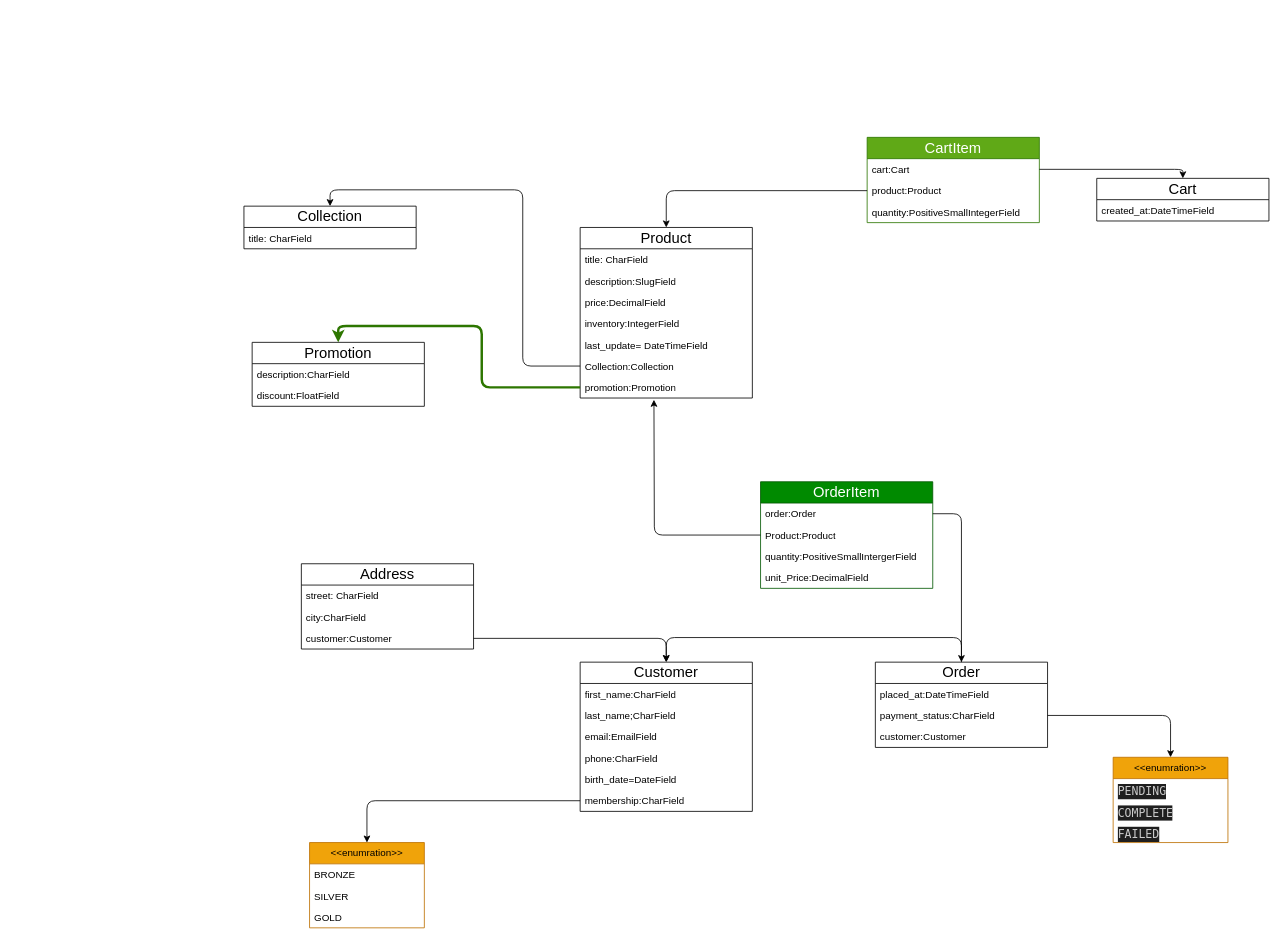
Elmorsi5/storefront1 keeps this draw.io diagram as page "store" (1 of 3) of storefront.drawio. Above is the earlier version. Source tidied: cells renumbered, new cells numbered last; positions are measured from the earlier drawing's top-left corner, leaving out a move shared by most shapes. Both pictures are drawn from the tidied source at 82%, with x=0, y=0 at pixel (244, 137).
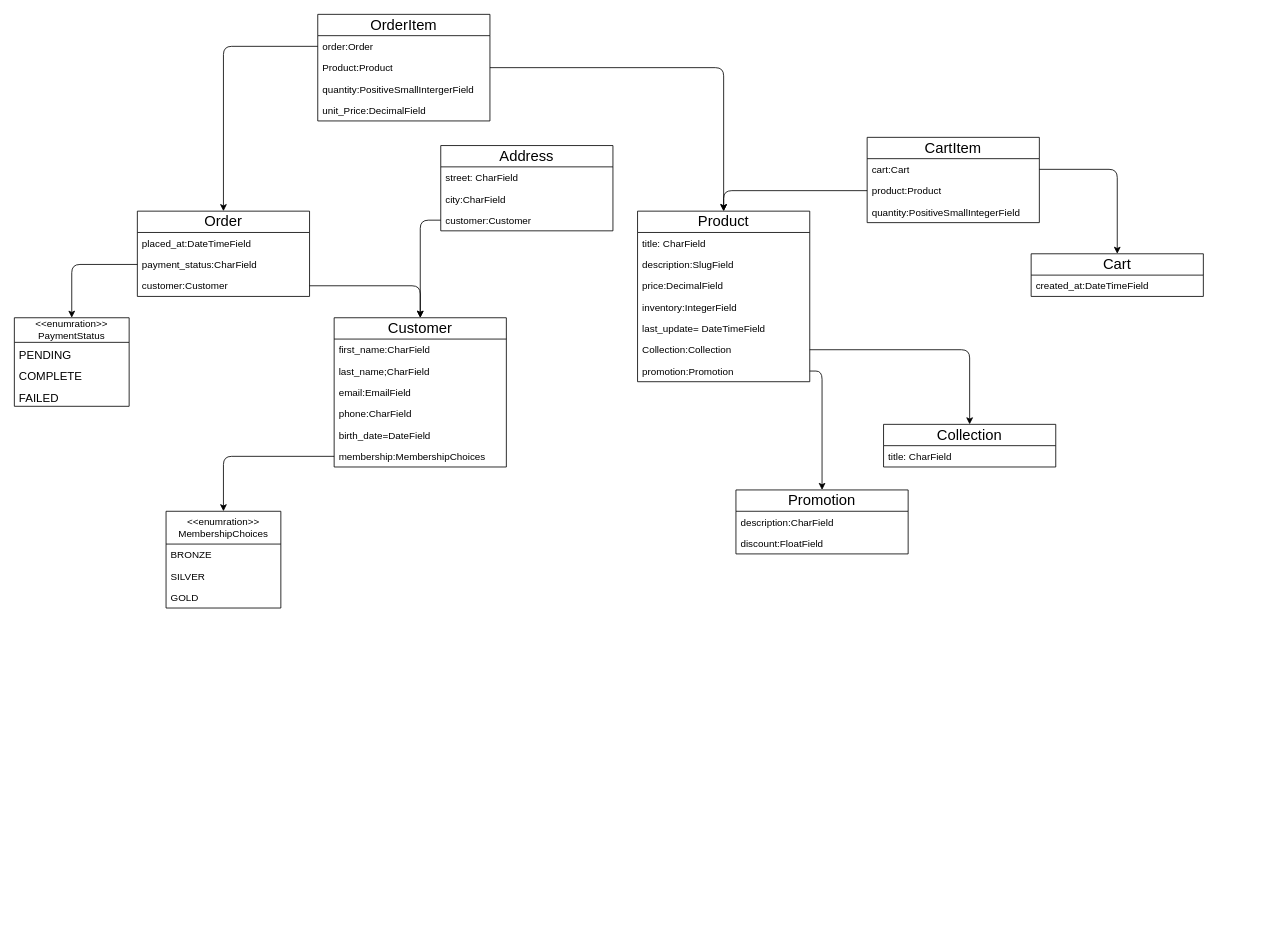
The same diagram, later.

Unchanged cells that the change refers to:
```xml
<mxCell id="8" value="Collection:Collection" style="text;strokeColor=none;fillColor=none;align=left;verticalAlign=top;spacingLeft=4;spacingRight=4;overflow=hidden;points=[[0,0.5],[1,0.5]];portConstraint=eastwest;whiteSpace=wrap;html=1;" parent="2" vertex="1">
  <mxGeometry y="156" width="210" height="26" as="geometry" />
</mxCell>
<mxCell id="9" value="promotion:Promotion" style="text;strokeColor=none;fillColor=none;align=left;verticalAlign=top;spacingLeft=4;spacingRight=4;overflow=hidden;points=[[0,0.5],[1,0.5]];portConstraint=eastwest;whiteSpace=wrap;html=1;" parent="2" vertex="1">
  <mxGeometry y="182" width="210" height="26" as="geometry" />
</mxCell>
<mxCell id="30" value="customer:Customer" style="text;strokeColor=none;fillColor=none;align=left;verticalAlign=top;spacingLeft=4;spacingRight=4;overflow=hidden;points=[[0,0.5],[1,0.5]];portConstraint=eastwest;whiteSpace=wrap;html=1;" parent="27" vertex="1">
  <mxGeometry y="78" width="210" height="26" as="geometry" />
</mxCell>
<mxCell id="34" value="customer:Customer" style="text;strokeColor=none;fillColor=none;align=left;verticalAlign=top;spacingLeft=4;spacingRight=4;overflow=hidden;points=[[0,0.5],[1,0.5]];portConstraint=eastwest;whiteSpace=wrap;html=1;" parent="31" vertex="1">
  <mxGeometry y="78" width="210" height="26" as="geometry" />
</mxCell>
<mxCell id="38" value="Product:Product" style="text;strokeColor=none;fillColor=none;align=left;verticalAlign=top;spacingLeft=4;spacingRight=4;overflow=hidden;points=[[0,0.5],[1,0.5]];portConstraint=eastwest;whiteSpace=wrap;html=1;" parent="35" vertex="1">
  <mxGeometry y="52" width="210" height="26" as="geometry" />
</mxCell>
<mxCell id="47" value="cart:Cart" style="text;strokeColor=none;fillColor=none;align=left;verticalAlign=top;spacingLeft=4;spacingRight=4;overflow=hidden;points=[[0,0.5],[1,0.5]];portConstraint=eastwest;whiteSpace=wrap;html=1;" parent="46" vertex="1">
  <mxGeometry y="26" width="210" height="26" as="geometry" />
</mxCell>
```

Diff of the diagram source:
```diff
@@
     <mxCell id="2" value="&lt;font style=&quot;font-size: 18px;&quot;&gt;Product&lt;/font&gt;" style="swimlane;fontStyle=0;horizontal=1;startSize=26;fillColor=none;whiteSpace=wrap;html=1;" parent="1" vertex="1">
-      <mxGeometry x="410" y="109.9" width="210" height="208" as="geometry" />
+      <mxGeometry x="480" y="90" width="210" height="208" as="geometry" />
     </mxCell>
@@
     <mxCell id="10" value="&lt;font style=&quot;font-size: 18px;&quot;&gt;Collection&lt;/font&gt;" style="swimlane;fontStyle=0;horizontal=1;startSize=26;fillColor=none;whiteSpace=wrap;html=1;" parent="1" vertex="1">
-      <mxGeometry y="83.9" width="210" height="52" as="geometry" />
+      <mxGeometry x="780" y="350" width="210" height="52" as="geometry" />
     </mxCell>
@@
     <mxCell id="12" value="&lt;font style=&quot;font-size: 18px;&quot;&gt;Promotion&lt;/font&gt;" style="swimlane;fontStyle=0;horizontal=1;startSize=26;fillColor=none;whiteSpace=wrap;html=1;" parent="1" vertex="1">
-      <mxGeometry x="10" y="250" width="210" height="78" as="geometry" />
+      <mxGeometry x="600" y="430" width="210" height="78" as="geometry" />
     </mxCell>
@@
     <mxCell id="15" value="&lt;font style=&quot;font-size: 18px;&quot;&gt;Customer&lt;/font&gt;" style="swimlane;fontStyle=0;horizontal=1;startSize=26;fillColor=none;whiteSpace=wrap;html=1;" parent="1" vertex="1">
-      <mxGeometry x="410" y="640" width="210" height="182" as="geometry" />
+      <mxGeometry x="110" y="220" width="210" height="182" as="geometry" />
     </mxCell>
@@
-    <mxCell id="21" value="membership:CharField" style="text;strokeColor=none;fillColor=none;align=left;verticalAlign=top;spacingLeft=4;spacingRight=4;overflow=hidden;points=[[0,0.5],[1,0.5]];portConstraint=eastwest;whiteSpace=wrap;html=1;" parent="15" vertex="1">
+    <mxCell id="21" value="membership:MembershipChoices" style="text;strokeColor=none;fillColor=none;align=left;verticalAlign=top;spacingLeft=4;spacingRight=4;overflow=hidden;points=[[0,0.5],[1,0.5]];portConstraint=eastwest;whiteSpace=wrap;html=1;" parent="15" vertex="1">
       <mxGeometry y="156" width="210" height="26" as="geometry" />
     </mxCell>
-    <mxCell id="22" value="&amp;lt;&amp;lt;enumration&amp;gt;&amp;gt;" style="swimlane;fontStyle=0;horizontal=1;startSize=26;fillColor=#f0a30a;whiteSpace=wrap;html=1;fontColor=#000000;strokeColor=#BD7000;" parent="1" vertex="1">
-      <mxGeometry x="80" y="860" width="140" height="104" as="geometry" />
+    <mxCell id="22" value="&amp;lt;&amp;lt;enumration&amp;gt;&amp;gt;&lt;br&gt;MembershipChoices" style="swimlane;fontStyle=0;horizontal=1;startSize=40;fillColor=default;whiteSpace=wrap;html=1;fontColor=#000000;strokeColor=default;" parent="1" vertex="1">
+      <mxGeometry x="-95" y="456" width="140" height="118" as="geometry" />
     </mxCell>
     <mxCell id="23" value="BRONZE&lt;span style=&quot;white-space: pre;&quot;&gt;&#9;&lt;/span&gt;&lt;br&gt;" style="text;strokeColor=none;fillColor=none;align=left;verticalAlign=top;spacingLeft=4;spacingRight=4;overflow=hidden;whiteSpace=wrap;html=1;" parent="22" vertex="1">
-      <mxGeometry y="26" width="140" height="26" as="geometry" />
+      <mxGeometry y="40" width="140" height="26" as="geometry" />
     </mxCell>
     <mxCell id="24" value="SILVER" style="text;strokeColor=none;fillColor=none;align=left;verticalAlign=top;spacingLeft=4;spacingRight=4;overflow=hidden;whiteSpace=wrap;html=1;" parent="22" vertex="1">
-      <mxGeometry y="52" width="140" height="26" as="geometry" />
+      <mxGeometry y="66" width="140" height="26" as="geometry" />
     </mxCell>
     <mxCell id="25" value="GOLD" style="text;strokeColor=none;fillColor=none;align=left;verticalAlign=top;spacingLeft=4;spacingRight=4;overflow=hidden;whiteSpace=wrap;html=1;" parent="22" vertex="1">
-      <mxGeometry y="78" width="140" height="26" as="geometry" />
+      <mxGeometry y="92" width="140" height="26" as="geometry" />
     </mxCell>
-    <mxCell id="26" style="edgeStyle=orthogonalEdgeStyle;rounded=1;jettySize=auto;html=1;exitX=0.5;exitY=0;exitDx=0;exitDy=0;entryX=0.5;entryY=0;entryDx=0;entryDy=0;" parent="1" edge="1" source="27" target="15">
-      <mxGeometry relative="1" as="geometry">
-        <Array as="points">
-          <mxPoint x="875" y="610" />
-          <mxPoint x="515" y="610" />
-        </Array>
-      </mxGeometry>
-    </mxCell>
     <mxCell id="27" value="&lt;span style=&quot;font-size: 18px;&quot;&gt;Order&lt;/span&gt;" style="swimlane;fontStyle=0;horizontal=1;startSize=26;fillColor=none;whiteSpace=wrap;html=1;" parent="1" vertex="1">
-      <mxGeometry x="770" y="640" width="210" height="104" as="geometry" />
+      <mxGeometry x="-130" y="90" width="210" height="104" as="geometry" />
     </mxCell>
@@
     <mxCell id="31" value="&lt;span style=&quot;font-size: 18px;&quot;&gt;Address&lt;/span&gt;" style="swimlane;fontStyle=0;horizontal=1;startSize=26;fillColor=none;whiteSpace=wrap;html=1;" parent="1" vertex="1">
-      <mxGeometry x="70" y="520" width="210" height="104" as="geometry" />
+      <mxGeometry x="240" y="10" width="210" height="104" as="geometry" />
     </mxCell>
@@
-    <mxCell id="35" value="&lt;span style=&quot;font-size: 18px;&quot;&gt;OrderItem&lt;/span&gt;" style="swimlane;fontStyle=0;horizontal=1;startSize=26;whiteSpace=wrap;html=1;fillColor=#008a00;fontColor=#ffffff;strokeColor=#005700;" parent="1" vertex="1">
-      <mxGeometry x="630" y="420" width="210" height="130" as="geometry" />
+    <mxCell id="35" value="&lt;span style=&quot;font-size: 18px;&quot;&gt;&lt;font color=&quot;#000000&quot;&gt;OrderItem&lt;/font&gt;&lt;/span&gt;" style="swimlane;fontStyle=0;horizontal=1;startSize=26;whiteSpace=wrap;html=1;fillColor=default;fontColor=#ffffff;strokeColor=default;labelBackgroundColor=none;" parent="1" vertex="1">
+      <mxGeometry x="90" y="-150" width="210" height="130" as="geometry" />
     </mxCell>
-    <mxCell id="36" style="edgeStyle=orthogonalEdgeStyle;rounded=1;jettySize=auto;html=1;exitX=0;exitY=0.5;exitDx=0;exitDy=0;" parent="35" edge="1" source="38">
-      <mxGeometry relative="1" as="geometry">
-        <mxPoint x="-130" y="-100" as="targetPoint" />
-      </mxGeometry>
-    </mxCell>
@@
-    <mxCell id="42" style="edgeStyle=orthogonalEdgeStyle;rounded=1;jettySize=auto;html=1;entryX=0.5;entryY=0;entryDx=0;entryDy=0;" parent="1" edge="1" source="34" target="15">
-      <mxGeometry relative="1" as="geometry" />
-    </mxCell>
@@
     <mxCell id="44" value="&lt;font style=&quot;font-size: 18px;&quot;&gt;Cart&lt;/font&gt;" style="swimlane;fontStyle=0;horizontal=1;startSize=26;fillColor=none;whiteSpace=wrap;html=1;" parent="1" vertex="1">
-      <mxGeometry x="1040" y="50" width="210" height="52" as="geometry" />
+      <mxGeometry x="960" y="142" width="210" height="52" as="geometry" />
     </mxCell>
@@
-    <mxCell id="46" value="&lt;font style=&quot;font-size: 18px;&quot;&gt;CartItem&lt;/font&gt;" style="swimlane;fontStyle=0;horizontal=1;startSize=26;fillColor=#60a917;whiteSpace=wrap;html=1;fontColor=#ffffff;strokeColor=#2D7600;" parent="1" vertex="1">
+    <mxCell id="46" value="&lt;font color=&quot;#000000&quot; style=&quot;font-size: 18px;&quot;&gt;CartItem&lt;/font&gt;" style="swimlane;fontStyle=0;horizontal=1;startSize=26;fillColor=default;whiteSpace=wrap;html=1;fontColor=#ffffff;strokeColor=default;" parent="1" vertex="1">
       <mxGeometry x="760" width="210" height="104" as="geometry" />
     </mxCell>
@@
     <mxCell id="51" style="edgeStyle=orthogonalEdgeStyle;rounded=1;jettySize=auto;html=1;entryX=0.5;entryY=0;entryDx=0;entryDy=0;" parent="1" edge="1" source="47" target="44">
       <mxGeometry relative="1" as="geometry">
         <Array as="points">
-          <mxPoint x="1145" y="39" />
+          <mxPoint x="1065" y="39" />
         </Array>
       </mxGeometry>
     </mxCell>
-    <mxCell id="52" value="&amp;lt;&amp;lt;enumration&amp;gt;&amp;gt;" style="swimlane;fontStyle=0;horizontal=1;startSize=26;fillColor=#f0a30a;whiteSpace=wrap;html=1;fontColor=#000000;strokeColor=#BD7000;" parent="1" vertex="1">
-      <mxGeometry x="1060" y="756" width="140" height="104" as="geometry" />
+    <mxCell id="52" value="&amp;lt;&amp;lt;enumration&amp;gt;&amp;gt;&lt;br&gt;PaymentStatus" style="swimlane;fontStyle=0;horizontal=1;startSize=30;fillColor=none;whiteSpace=wrap;html=1;fontColor=#000000;strokeColor=default;fontFamily=Helvetica;" parent="1" vertex="1">
+      <mxGeometry x="-280" y="220" width="140" height="108" as="geometry" />
     </mxCell>
-    <mxCell id="53" value="&lt;div style=&quot;color: rgb(204, 204, 204); background-color: rgb(31, 31, 31); font-family: &amp;quot;Droid Sans Mono&amp;quot;, &amp;quot;monospace&amp;quot;, monospace; font-size: 14px; line-height: 19px;&quot;&gt;PENDING&lt;/div&gt;" style="text;strokeColor=none;fillColor=none;align=left;verticalAlign=top;spacingLeft=4;spacingRight=4;overflow=hidden;whiteSpace=wrap;html=1;" parent="52" vertex="1">
-      <mxGeometry y="26" width="140" height="26" as="geometry" />
+    <mxCell id="53" value="&lt;div style=&quot;font-size: 14px; line-height: 19px;&quot;&gt;PENDING&lt;/div&gt;" style="text;strokeColor=none;fillColor=none;align=left;verticalAlign=top;spacingLeft=4;spacingRight=4;overflow=hidden;whiteSpace=wrap;html=1;fontFamily=Helvetica;labelBackgroundColor=none;fontColor=default;" parent="52" vertex="1">
+      <mxGeometry y="30" width="140" height="26" as="geometry" />
     </mxCell>
-    <mxCell id="54" value="&lt;div style=&quot;color: rgb(204, 204, 204); background-color: rgb(31, 31, 31); font-family: &amp;quot;Droid Sans Mono&amp;quot;, &amp;quot;monospace&amp;quot;, monospace; font-size: 14px; line-height: 19px;&quot;&gt;COMPLETE&lt;/div&gt;" style="text;strokeColor=none;fillColor=none;align=left;verticalAlign=top;spacingLeft=4;spacingRight=4;overflow=hidden;whiteSpace=wrap;html=1;" parent="52" vertex="1">
-      <mxGeometry y="52" width="140" height="26" as="geometry" />
+    <mxCell id="54" value="&lt;div style=&quot;font-size: 14px; line-height: 19px;&quot;&gt;COMPLETE&lt;/div&gt;" style="text;strokeColor=none;fillColor=none;align=left;verticalAlign=top;spacingLeft=4;spacingRight=4;overflow=hidden;whiteSpace=wrap;html=1;fontFamily=Helvetica;labelBackgroundColor=none;fontColor=default;" parent="52" vertex="1">
+      <mxGeometry y="56" width="140" height="26" as="geometry" />
     </mxCell>
-    <mxCell id="55" value="&lt;div style=&quot;color: rgb(204, 204, 204); background-color: rgb(31, 31, 31); font-family: &amp;quot;Droid Sans Mono&amp;quot;, &amp;quot;monospace&amp;quot;, monospace; font-size: 14px; line-height: 19px;&quot;&gt;FAILED&lt;/div&gt;" style="text;strokeColor=none;fillColor=none;align=left;verticalAlign=top;spacingLeft=4;spacingRight=4;overflow=hidden;whiteSpace=wrap;html=1;" parent="52" vertex="1">
-      <mxGeometry y="78" width="140" height="26" as="geometry" />
+    <mxCell id="55" value="&lt;div style=&quot;font-size: 14px; line-height: 19px;&quot;&gt;FAILED&lt;/div&gt;" style="text;strokeColor=none;fillColor=none;align=left;verticalAlign=top;spacingLeft=4;spacingRight=4;overflow=hidden;whiteSpace=wrap;html=1;fontFamily=Helvetica;labelBackgroundColor=none;fontColor=default;" parent="52" vertex="1">
+      <mxGeometry y="82" width="140" height="26" as="geometry" />
     </mxCell>
@@
-    <mxCell id="57" style="edgeStyle=orthogonalEdgeStyle;rounded=1;jettySize=auto;html=1;entryX=0.5;entryY=0;entryDx=0;entryDy=0;fillColor=#60a917;strokeColor=#2D7600;strokeWidth=3;" parent="1" edge="1" source="9" target="12">
+    <mxCell id="57" style="edgeStyle=orthogonalEdgeStyle;rounded=1;jettySize=auto;html=1;entryX=0.5;entryY=0;entryDx=0;entryDy=0;fillColor=#60a917;strokeColor=default;strokeWidth=1;exitX=1;exitY=0.5;exitDx=0;exitDy=0;" parent="1" edge="1" source="9" target="12">
       <mxGeometry relative="1" as="geometry">
         <Array as="points">
-          <mxPoint x="290" y="305" />
-          <mxPoint x="290" y="230" />
-          <mxPoint x="115" y="230" />
+          <mxPoint x="705" y="285" />
         </Array>
       </mxGeometry>
     </mxCell>
-    <mxCell id="58" style="edgeStyle=orthogonalEdgeStyle;rounded=1;jettySize=auto;html=1;entryX=0.5;entryY=0;entryDx=0;entryDy=0;" parent="1" edge="1" source="8" target="10">
+    <mxCell id="58" style="edgeStyle=orthogonalEdgeStyle;rounded=1;jettySize=auto;html=1;entryX=0.5;entryY=0;entryDx=0;entryDy=0;exitX=1;exitY=0.5;exitDx=0;exitDy=0;" parent="1" edge="1" source="8" target="10">
       <mxGeometry relative="1" as="geometry">
         <Array as="points">
-          <mxPoint x="340" y="279" />
-          <mxPoint x="340" y="64" />
-          <mxPoint x="105" y="64" />
+          <mxPoint x="885" y="259" />
         </Array>
       </mxGeometry>
     </mxCell>
+    <mxCell id="36" style="edgeStyle=orthogonalEdgeStyle;rounded=1;jettySize=auto;html=1;exitX=1;exitY=0.5;exitDx=0;exitDy=0;entryX=0.5;entryY=0;entryDx=0;entryDy=0;" parent="1" edge="1" source="38" target="2">
+      <mxGeometry relative="1" as="geometry">
+        <Array as="points">
+          <mxPoint x="585" y="-85" />
+        </Array>
+      </mxGeometry>
+    </mxCell>
+    <mxCell id="59" style="edgeStyle=orthogonalEdgeStyle;rounded=1;jettySize=auto;html=1;exitX=1;exitY=0.5;exitDx=0;exitDy=0;entryX=0.5;entryY=0;entryDx=0;entryDy=0;strokeColor=default;" parent="1" edge="1" source="30" target="15">
+      <mxGeometry relative="1" as="geometry" />
+    </mxCell>
+    <mxCell id="42" style="edgeStyle=orthogonalEdgeStyle;rounded=1;jettySize=auto;html=1;exitX=0;exitY=0.5;exitDx=0;exitDy=0;entryX=0.5;entryY=0;entryDx=0;entryDy=0;" parent="1" edge="1" source="34" target="15">
+      <mxGeometry relative="1" as="geometry" />
+    </mxCell>
```
